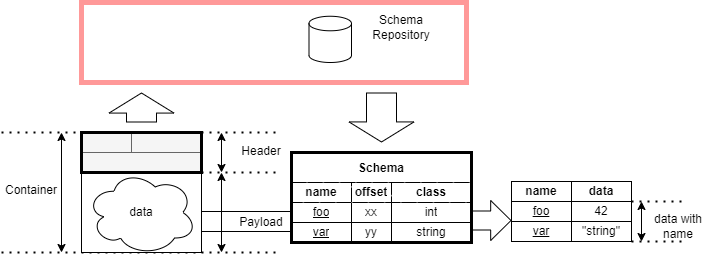
Above: docs/features/repository.drawio.png in data-container-for-wearable-sensor/StartGuide (draw.io), before the change. Source tidied: cells renumbered, new cells last; positions are measured from the earlier drawing's top-left corner, leaving out a move shared by most shapes. The source it was exported from:
```xml
<mxGraphModel>
  <root>
    <mxCell id="0" />
    <mxCell id="1" parent="0" />
    <mxCell id="2" style="rounded=0;whiteSpace=wrap;html=1;strokeWidth=5;fillColor=none;strokeColor=#FF9999;" parent="1" vertex="1">
      <mxGeometry x="80" width="385" height="80" as="geometry" />
    </mxCell>
    <mxCell id="3" style="rounded=0;whiteSpace=wrap;html=1;fillColor=#f5f5f5;fontColor=#333333;strokeColor=#666666;" parent="1" vertex="1">
      <mxGeometry x="80" y="150" width="120" height="20" as="geometry" />
    </mxCell>
    <mxCell id="4" style="rounded=0;whiteSpace=wrap;html=1;fillColor=#f5f5f5;fontColor=#333333;strokeColor=#666666;" parent="1" vertex="1">
      <mxGeometry x="80" y="130" width="50" height="20" as="geometry" />
    </mxCell>
    <mxCell id="5" style="rounded=0;whiteSpace=wrap;html=1;fillColor=#f5f5f5;fontColor=#333333;strokeColor=#666666;" parent="1" vertex="1">
      <mxGeometry x="130" y="130" width="70" height="20" as="geometry" />
    </mxCell>
    <mxCell id="6" style="endArrow=classic;startArrow=classic;html=1;" parent="1" edge="1">
      <mxGeometry relative="1" as="geometry">
        <mxPoint x="220" y="170" as="sourcePoint" />
        <mxPoint x="220" y="130" as="targetPoint" />
      </mxGeometry>
    </mxCell>
    <mxCell id="7" value="Header" style="text;html=1;strokeColor=none;fillColor=none;align=center;verticalAlign=middle;whiteSpace=wrap;rounded=0;" parent="1" vertex="1">
      <mxGeometry x="230" y="137.5" width="60" height="22.5" as="geometry" />
    </mxCell>
    <mxCell id="8" style="endArrow=classic;startArrow=classic;html=1;" parent="1" edge="1">
      <mxGeometry relative="1" as="geometry">
        <mxPoint x="60" y="250" as="sourcePoint" />
        <mxPoint x="60" y="130" as="targetPoint" />
      </mxGeometry>
    </mxCell>
    <mxCell id="9" value="Container" style="text;html=1;strokeColor=none;fillColor=none;align=center;verticalAlign=middle;whiteSpace=wrap;rounded=0;" parent="1" vertex="1">
      <mxGeometry y="176.2" width="60" height="22.5" as="geometry" />
    </mxCell>
    <mxCell id="10" style="endArrow=none;dashed=1;html=1;dashPattern=1 3;strokeWidth=2;" parent="1" edge="1">
      <mxGeometry relative="1" as="geometry">
        <mxPoint y="130" as="sourcePoint" />
        <mxPoint x="280" y="130" as="targetPoint" />
      </mxGeometry>
    </mxCell>
    <mxCell id="11" style="endArrow=none;dashed=1;html=1;dashPattern=1 3;strokeWidth=2;" parent="1" edge="1">
      <mxGeometry relative="1" as="geometry">
        <mxPoint y="250" as="sourcePoint" />
        <mxPoint x="280" y="250" as="targetPoint" />
      </mxGeometry>
    </mxCell>
    <mxCell id="12" style="endArrow=none;dashed=1;html=1;dashPattern=1 3;strokeWidth=2;" parent="1" edge="1">
      <mxGeometry relative="1" as="geometry">
        <mxPoint x="200" y="170" as="sourcePoint" />
        <mxPoint x="280" y="170" as="targetPoint" />
      </mxGeometry>
    </mxCell>
    <mxCell id="13" style="rounded=0;whiteSpace=wrap;html=1;strokeWidth=1;perimeterSpacing=0;" parent="1" vertex="1">
      <mxGeometry x="80" y="170" width="120" height="80" as="geometry" />
    </mxCell>
    <mxCell id="14" value="data" style="ellipse;shape=cloud;whiteSpace=wrap;html=1;" parent="1" vertex="1">
      <mxGeometry x="85" y="167.5" width="110" height="85" as="geometry" />
    </mxCell>
    <mxCell id="15" value="foo" style="rounded=0;whiteSpace=wrap;html=1;fillStyle=solid;strokeColor=default;strokeWidth=1;fillColor=default;gradientColor=none;fontStyle=4;" parent="1" vertex="1">
      <mxGeometry x="510" y="199" width="60" height="20" as="geometry" />
    </mxCell>
    <mxCell id="16" value="var" style="rounded=0;whiteSpace=wrap;html=1;fillStyle=solid;strokeColor=default;strokeWidth=1;fillColor=default;gradientColor=none;fontStyle=4;" parent="1" vertex="1">
      <mxGeometry x="510" y="219" width="60" height="20" as="geometry" />
    </mxCell>
    <mxCell id="17" value="42" style="rounded=0;whiteSpace=wrap;html=1;fillStyle=solid;strokeColor=default;strokeWidth=1;fillColor=default;gradientColor=none;" parent="1" vertex="1">
      <mxGeometry x="570" y="199" width="60" height="20" as="geometry" />
    </mxCell>
    <mxCell id="18" value="&quot;string&quot;" style="rounded=0;whiteSpace=wrap;html=1;fillStyle=solid;strokeColor=default;strokeWidth=1;fillColor=default;gradientColor=none;" parent="1" vertex="1">
      <mxGeometry x="570" y="219" width="60" height="20" as="geometry" />
    </mxCell>
    <mxCell id="19" style="endArrow=none;dashed=1;html=1;dashPattern=1 3;strokeWidth=2;" parent="1" edge="1">
      <mxGeometry relative="1" as="geometry">
        <mxPoint x="680" y="199" as="sourcePoint" />
        <mxPoint x="630" y="199" as="targetPoint" />
      </mxGeometry>
    </mxCell>
    <mxCell id="20" style="endArrow=none;dashed=1;html=1;dashPattern=1 3;strokeWidth=2;" parent="1" edge="1">
      <mxGeometry relative="1" as="geometry">
        <mxPoint x="680" y="239" as="sourcePoint" />
        <mxPoint x="630" y="239" as="targetPoint" />
      </mxGeometry>
    </mxCell>
    <mxCell id="21" style="endArrow=classic;startArrow=classic;html=1;" parent="1" edge="1">
      <mxGeometry relative="1" as="geometry">
        <mxPoint x="640" y="239" as="sourcePoint" />
        <mxPoint x="640" y="199" as="targetPoint" />
      </mxGeometry>
    </mxCell>
    <mxCell id="22" value="data with name" style="text;html=1;strokeColor=none;fillColor=none;align=center;verticalAlign=middle;whiteSpace=wrap;rounded=0;fillStyle=solid;strokeWidth=1;" parent="1" vertex="1">
      <mxGeometry x="647" y="209" width="60" height="30" as="geometry" />
    </mxCell>
    <mxCell id="23" value="Schema" style="shape=table;startSize=30;fontStyle=1;align=center;strokeWidth=1;" parent="1" vertex="1">
      <mxGeometry x="290" y="150" width="180" height="90" as="geometry" />
    </mxCell>
    <mxCell id="24" style="shape=tableRow;horizontal=0;startSize=0;swimlaneHead=0;swimlaneBody=0;top=0;left=0;bottom=0;right=0;fillColor=none;" parent="23" vertex="1">
      <mxGeometry y="30" width="180" height="20" as="geometry" />
    </mxCell>
    <mxCell id="25" value="name" style="shape=partialRectangle;html=1;whiteSpace=wrap;fillColor=default;top=0;left=0;bottom=0;right=0;overflow=hidden;strokeColor=#d6b656;gradientColor=none;fillStyle=hatch;fontStyle=1;" parent="24" vertex="1">
      <mxGeometry width="60" height="20" as="geometry" />
    </mxCell>
    <mxCell id="26" value="offset" style="shape=partialRectangle;html=1;whiteSpace=wrap;fillColor=default;top=0;left=0;bottom=0;right=0;overflow=hidden;strokeColor=#d6b656;gradientColor=none;fillStyle=hatch;fontStyle=1;" parent="24" vertex="1">
      <mxGeometry x="60" width="40" height="20" as="geometry" />
    </mxCell>
    <mxCell id="27" value="class" style="shape=partialRectangle;html=1;whiteSpace=wrap;fillColor=default;top=0;left=0;bottom=0;right=0;overflow=hidden;strokeColor=#d6b656;gradientColor=none;fillStyle=hatch;fontStyle=1;" parent="24" vertex="1">
      <mxGeometry x="100" width="80" height="20" as="geometry" />
    </mxCell>
    <mxCell id="28" style="shape=tableRow;horizontal=0;startSize=0;swimlaneHead=0;swimlaneBody=0;top=0;left=0;bottom=0;right=0;fillColor=none;" parent="23" vertex="1">
      <mxGeometry y="50" width="180" height="20" as="geometry" />
    </mxCell>
    <mxCell id="29" value="foo" style="shape=partialRectangle;html=1;whiteSpace=wrap;fillColor=none;top=0;left=0;bottom=0;right=0;overflow=hidden;fontStyle=4;" parent="28" vertex="1">
      <mxGeometry width="60" height="20" as="geometry" />
    </mxCell>
    <mxCell id="30" value="xx" style="shape=partialRectangle;html=1;whiteSpace=wrap;fillColor=none;top=0;left=0;bottom=0;right=0;overflow=hidden;" parent="28" vertex="1">
      <mxGeometry x="60" width="40" height="20" as="geometry" />
    </mxCell>
    <mxCell id="31" value="int" style="shape=partialRectangle;html=1;whiteSpace=wrap;fillColor=none;top=0;left=0;bottom=0;right=0;overflow=hidden;" parent="28" vertex="1">
      <mxGeometry x="100" width="80" height="20" as="geometry" />
    </mxCell>
    <mxCell id="32" style="shape=tableRow;horizontal=0;startSize=0;swimlaneHead=0;swimlaneBody=0;top=0;left=0;bottom=0;right=0;fillColor=none;" parent="23" vertex="1">
      <mxGeometry y="70" width="180" height="20" as="geometry" />
    </mxCell>
    <mxCell id="33" value="var" style="shape=partialRectangle;html=1;whiteSpace=wrap;fillColor=none;top=0;left=0;bottom=0;right=0;overflow=hidden;fontStyle=4;" parent="32" vertex="1">
      <mxGeometry width="60" height="20" as="geometry" />
    </mxCell>
    <mxCell id="34" value="yy" style="shape=partialRectangle;html=1;whiteSpace=wrap;fillColor=none;top=0;left=0;bottom=0;right=0;overflow=hidden;" parent="32" vertex="1">
      <mxGeometry x="60" width="40" height="20" as="geometry" />
    </mxCell>
    <mxCell id="35" value="string" style="shape=partialRectangle;html=1;whiteSpace=wrap;fillColor=none;top=0;left=0;bottom=0;right=0;overflow=hidden;" parent="32" vertex="1">
      <mxGeometry x="100" width="80" height="20" as="geometry" />
    </mxCell>
    <mxCell id="36" value="&lt;b&gt;data&lt;/b&gt;" style="rounded=0;whiteSpace=wrap;html=1;fillStyle=solid;strokeColor=default;strokeWidth=1;fillColor=default;gradientColor=none;" parent="1" vertex="1">
      <mxGeometry x="570" y="179" width="60" height="20" as="geometry" />
    </mxCell>
    <mxCell id="37" value="&lt;b&gt;name&lt;/b&gt;" style="rounded=0;whiteSpace=wrap;html=1;fillStyle=solid;strokeColor=default;strokeWidth=1;fillColor=default;gradientColor=none;" parent="1" vertex="1">
      <mxGeometry x="510" y="179" width="60" height="20" as="geometry" />
    </mxCell>
    <mxCell id="38" style="rounded=0;whiteSpace=wrap;html=1;" parent="1" vertex="1">
      <mxGeometry x="200" y="209" width="90" height="20" as="geometry" />
    </mxCell>
    <mxCell id="39" value="Payload" style="text;html=1;strokeColor=none;fillColor=none;align=center;verticalAlign=middle;whiteSpace=wrap;rounded=0;" parent="1" vertex="1">
      <mxGeometry x="230" y="209" width="60" height="22.5" as="geometry" />
    </mxCell>
    <mxCell id="40" style="endArrow=classic;startArrow=classic;html=1;" parent="1" edge="1">
      <mxGeometry relative="1" as="geometry">
        <mxPoint x="220" y="250" as="sourcePoint" />
        <mxPoint x="220" y="170" as="targetPoint" />
      </mxGeometry>
    </mxCell>
    <mxCell id="41" style="shape=flexArrow;endArrow=classic;html=1;width=19;endSize=6.44;fillColor=default;" parent="1" edge="1">
      <mxGeometry relative="1" as="geometry">
        <mxPoint x="470" y="218" as="sourcePoint" />
        <mxPoint x="510" y="218" as="targetPoint" />
      </mxGeometry>
    </mxCell>
    <mxCell id="42" style="shape=cylinder3;whiteSpace=wrap;html=1;boundedLbl=1;backgroundOutline=1;size=7.267341613769531;" parent="1" vertex="1">
      <mxGeometry x="307.5" y="13.8" width="42.5" height="46.2" as="geometry" />
    </mxCell>
    <mxCell id="43" value="Schema&lt;br&gt;Repository" style="text;html=1;strokeColor=none;fillColor=none;align=center;verticalAlign=middle;whiteSpace=wrap;rounded=0;" parent="1" vertex="1">
      <mxGeometry x="370" y="10" width="60" height="30" as="geometry" />
    </mxCell>
    <mxCell id="44" style="rounded=0;whiteSpace=wrap;html=1;strokeWidth=3;fillColor=none;" parent="1" vertex="1">
      <mxGeometry x="80" y="130" width="120" height="40" as="geometry" />
    </mxCell>
    <mxCell id="45" style="rounded=0;whiteSpace=wrap;html=1;strokeWidth=3;fillColor=none;" parent="1" vertex="1">
      <mxGeometry x="290" y="150" width="180" height="90" as="geometry" />
    </mxCell>
    <mxCell id="46" style="shape=flexArrow;endArrow=classic;html=1;endWidth=34;endSize=6.36;width=30;" parent="1" edge="1">
      <mxGeometry relative="1" as="geometry">
        <mxPoint x="380" y="90" as="sourcePoint" />
        <mxPoint x="380" y="140" as="targetPoint" />
      </mxGeometry>
    </mxCell>
    <mxCell id="47" style="shape=flexArrow;endArrow=classic;html=1;endWidth=34;endSize=6.36;width=30;" parent="1" edge="1">
      <mxGeometry relative="1" as="geometry">
        <mxPoint x="140" y="120" as="sourcePoint" />
        <mxPoint x="140" y="90" as="targetPoint" />
      </mxGeometry>
    </mxCell>
  </root>
</mxGraphModel>
```
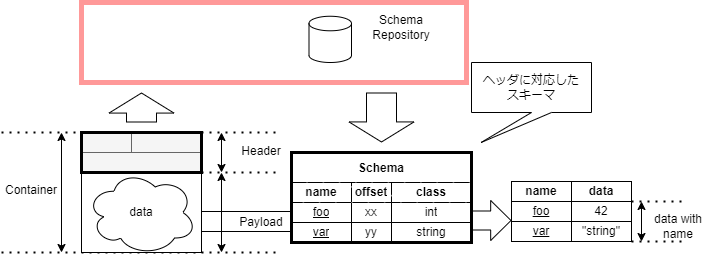
After the commit.

Change to the diagram source:
```diff
@@ -176,5 +176,8 @@
         <mxPoint x="140" y="90" as="targetPoint" />
       </mxGeometry>
     </mxCell>
+    <mxCell id="48" value="ヘッダに対応した&lt;br&gt;スキーマ" style="shape=callout;whiteSpace=wrap;html=1;perimeter=calloutPerimeter;position2=0.08;" parent="1" vertex="1">
+      <mxGeometry x="470" y="60" width="120" height="80" as="geometry" />
+    </mxCell>
   </root>
 </mxGraphModel>
```
